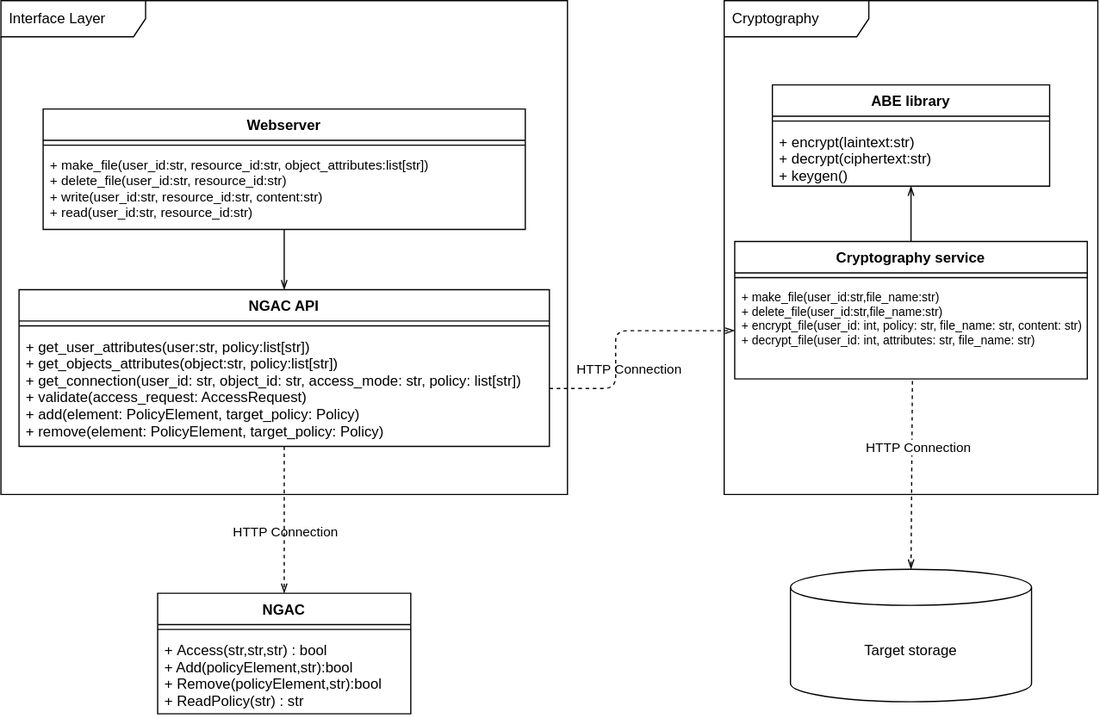
Earlier version of the draw.io export docs/design/system/system_design.drawio.svg (ivajon/NGAC_ABE). Source tidied: cells renumbered, new cells last; positions are measured from the earlier drawing's top-left corner, leaving out a move shared by most shapes.
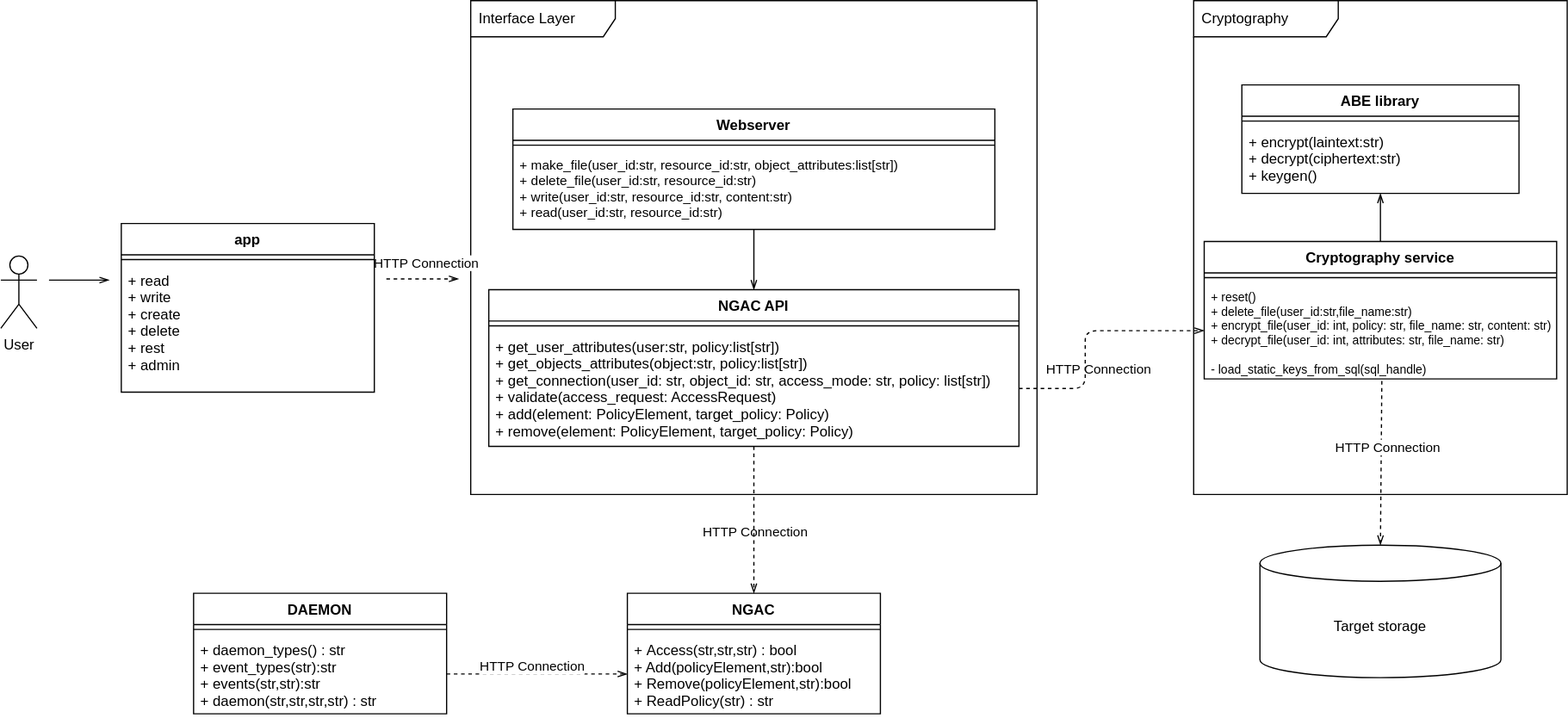
The same diagram one commit later.

Change to the diagram source:
```diff
@@ -30,7 +30,7 @@
       <mxGeometry x="600" width="310" height="410" as="geometry" />
     </mxCell>
     <mxCell id="11" value="&lt;span&gt;Target storage&lt;/span&gt;" style="shape=cylinder3;whiteSpace=wrap;html=1;boundedLbl=1;backgroundOutline=1;size=15;" parent="1" vertex="1">
-      <mxGeometry x="655" y="472" width="200" height="110" as="geometry" />
+      <mxGeometry x="655" y="452" width="200" height="110" as="geometry" />
     </mxCell>
     <mxCell id="12" style="edgeStyle=none;html=1;entryX=0.5;entryY=0;entryDx=0;entryDy=0;entryPerimeter=0;dashed=1;endArrow=openThin;endFill=0;exitX=0.504;exitY=1.021;exitDx=0;exitDy=0;exitPerimeter=0;" parent="1" edge="1" source="16" target="11">
       <mxGeometry relative="1" as="geometry" />
@@ -44,7 +44,7 @@
     <mxCell id="15" style="line;strokeWidth=1;fillColor=none;align=left;verticalAlign=middle;spacingTop=-1;spacingLeft=3;spacingRight=3;labelPosition=right;" parent="14" vertex="1">
       <mxGeometry y="26" width="292.5" height="8" as="geometry" />
     </mxCell>
-    <mxCell id="16" value="+ make_file(user_id:str,file_name:str)&#10;+ delete_file(user_id:str,file_name:str)&#10;+ encrypt_file(user_id: int, policy: str, file_name: str, content: str)&#10;+ decrypt_file(user_id: int, attributes: str, file_name: str)" style="text;strokeColor=none;fillColor=none;align=left;verticalAlign=top;spacingLeft=4;spacingRight=4;overflow=hidden;points=[[0,0.5],[1,0.5]];portConstraint=eastwest;fontSize=10;" parent="14" vertex="1">
+    <mxCell id="16" value="+ reset()&#10;+ delete_file(user_id:str,file_name:str)&#10;+ encrypt_file(user_id: int, policy: str, file_name: str, content: str)&#10;+ decrypt_file(user_id: int, attributes: str, file_name: str)&#10;&#10;- load_static_keys_from_sql(sql_handle)" style="text;strokeColor=none;fillColor=none;align=left;verticalAlign=top;spacingLeft=4;spacingRight=4;overflow=hidden;points=[[0,0.5],[1,0.5]];portConstraint=eastwest;fontSize=10;" parent="14" vertex="1">
       <mxGeometry y="34" width="292.5" height="80" as="geometry" />
     </mxCell>
     <mxCell id="17" value="NGAC" style="swimlane;fontStyle=1;align=center;verticalAlign=top;horizontal=1;startSize=26;" parent="1" vertex="1">
@@ -66,13 +66,13 @@
       <mxGeometry x="235" y="440" as="geometry" />
     </mxCell>
     <mxCell id="23" value="ABE library" style="swimlane;fontStyle=1;align=center;verticalAlign=top;horizontal=1;startSize=26;" parent="1" vertex="1">
-      <mxGeometry x="640" y="70" width="230" height="84" as="geometry" />
+      <mxGeometry x="640" y="70" width="230" height="90" as="geometry" />
     </mxCell>
     <mxCell id="24" style="line;strokeWidth=1;fillColor=none;align=left;verticalAlign=middle;spacingTop=-1;spacingLeft=3;spacingRight=3;labelPosition=right;" parent="23" vertex="1">
       <mxGeometry y="26" width="230" height="8" as="geometry" />
     </mxCell>
     <mxCell id="25" value="+ encrypt(laintext:str)&#10;+ decrypt(ciphertext:str)&#10;+ keygen()" style="text;strokeColor=none;fillColor=none;align=left;verticalAlign=top;spacingLeft=4;spacingRight=4;overflow=hidden;" parent="23" vertex="1">
-      <mxGeometry y="34" width="230" height="50" as="geometry" />
+      <mxGeometry y="34" width="230" height="56" as="geometry" />
     </mxCell>
     <mxCell id="26" style="edgeStyle=none;html=1;dashed=1;endArrow=openThin;endFill=0;entryX=0.5;entryY=0;entryDx=0;entryDy=0;exitX=0.5;exitY=1;exitDx=0;exitDy=0;exitPerimeter=0;" parent="1" edge="1" source="9" target="17">
       <mxGeometry relative="1" as="geometry" />
@@ -86,5 +86,49 @@
         </Array>
       </mxGeometry>
     </mxCell>
+    <mxCell id="28" value="DAEMON&#10;" style="swimlane;fontStyle=1;align=center;verticalAlign=top;horizontal=1;startSize=26;" parent="1" vertex="1">
+      <mxGeometry x="-230" y="492" width="210" height="100" as="geometry" />
+    </mxCell>
+    <mxCell id="29" style="line;strokeWidth=1;fillColor=none;align=left;verticalAlign=middle;spacingTop=-1;spacingLeft=3;spacingRight=3;labelPosition=right;" parent="28" vertex="1">
+      <mxGeometry y="26" width="210" height="8" as="geometry" />
+    </mxCell>
+    <mxCell id="30" value="+ daemon_types() : str&#10;+ event_types(str):str&#10;+ events(str,str):str&#10;+ daemon(str,str,str,str) : str" style="text;strokeColor=none;fillColor=none;align=left;verticalAlign=top;spacingLeft=4;spacingRight=4;overflow=hidden;points=[[0,0.5],[1,0.5]];portConstraint=eastwest;" parent="28" vertex="1">
+      <mxGeometry y="34" width="210" height="66" as="geometry" />
+    </mxCell>
+    <mxCell id="31" style="edgeStyle=none;html=1;dashed=1;endArrow=openThin;endFill=0;entryX=0;entryY=0.5;entryDx=0;entryDy=0;exitX=1;exitY=0.5;exitDx=0;exitDy=0;" parent="1" edge="1" source="30" target="19">
+      <mxGeometry relative="1" as="geometry" />
+    </mxCell>
+    <mxCell id="32" value="HTTP Connection" style="edgeLabel;html=1;align=center;verticalAlign=middle;" parent="1" vertex="1">
+      <mxGeometry x="50" y="552" as="geometry" />
+    </mxCell>
+    <mxCell id="33" value="User&lt;br&gt;" style="shape=umlActor;verticalLabelPosition=bottom;verticalAlign=top;html=1;" parent="1" vertex="1">
+      <mxGeometry x="-390" y="212" width="30" height="60" as="geometry" />
+    </mxCell>
+    <mxCell id="34" style="edgeStyle=none;html=1;fontSize=11;endArrow=openThin;endFill=0;" parent="1" edge="1">
+      <mxGeometry relative="1" as="geometry">
+        <mxPoint x="-350" y="232" as="sourcePoint" />
+        <mxPoint x="-300" y="232" as="targetPoint" />
+      </mxGeometry>
+    </mxCell>
+    <mxCell id="35" style="edgeStyle=none;html=1;dashed=1;endArrow=openThin;endFill=0;" parent="1" edge="1">
+      <mxGeometry relative="1" as="geometry">
+        <mxPoint x="-70" y="231" as="sourcePoint" />
+        <mxPoint x="-10" y="231" as="targetPoint" />
+      </mxGeometry>
+    </mxCell>
+    <mxCell id="36" value="HTTP Connection" style="edgeLabel;html=1;align=center;verticalAlign=middle;" parent="1" vertex="1">
+      <mxGeometry x="-30" y="222" as="geometry">
+        <mxPoint x="-8" y="-5" as="offset" />
+      </mxGeometry>
+    </mxCell>
+    <mxCell id="37" value="app" style="swimlane;fontStyle=1;align=center;verticalAlign=top;horizontal=1;startSize=26;" parent="1" vertex="1">
+      <mxGeometry x="-290" y="185" width="210" height="140" as="geometry" />
+    </mxCell>
+    <mxCell id="38" style="line;strokeWidth=1;fillColor=none;align=left;verticalAlign=middle;spacingTop=-1;spacingLeft=3;spacingRight=3;labelPosition=right;" parent="37" vertex="1">
+      <mxGeometry y="26" width="210" height="8" as="geometry" />
+    </mxCell>
+    <mxCell id="39" value="+ read&#10;+ write&#10;+ create&#10;+ delete&#10;+ rest&#10;+ admin&#10;" style="text;strokeColor=none;fillColor=none;align=left;verticalAlign=top;spacingLeft=4;spacingRight=4;overflow=hidden;" parent="37" vertex="1">
+      <mxGeometry y="34" width="210" height="106" as="geometry" />
+    </mxCell>
   </root>
 </mxGraphModel>
```
